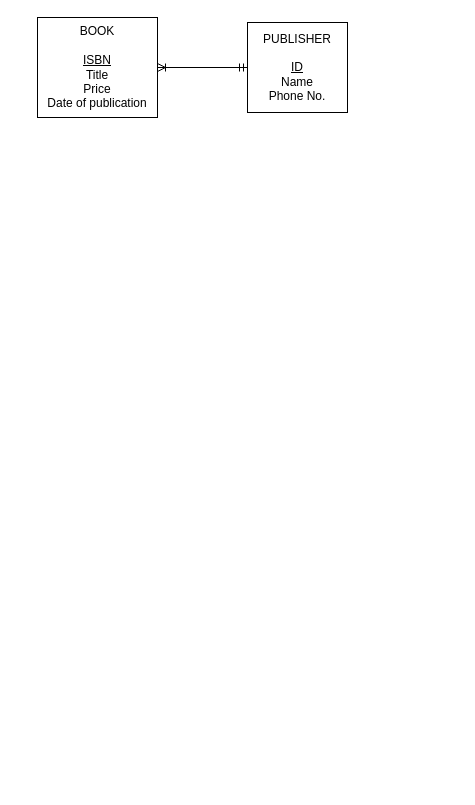
Earlier version of the draw.io diagram NumberOne.drawio (SamanZargarzadeh/ERD). Source tidied: cells renumbered, new cells numbered last; positions are measured from the earlier drawing's top-left corner, leaving out a move shared by most shapes. Both pictures are drawn from the tidied source at 100%, with x=0, y=0 at pixel (37, 17).
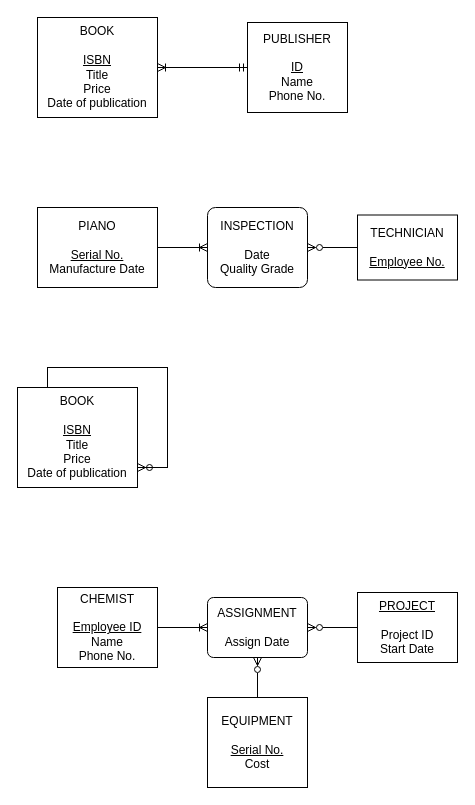
After the change.

Change to the diagram source:
```diff
@@
+    <mxCell id="5" style="edgeStyle=orthogonalEdgeStyle;rounded=0;jettySize=auto;html=1;entryX=0;entryY=0.5;entryDx=0;entryDy=0;endArrow=ERoneToMany;endFill=0;" parent="1" edge="1" source="6" target="9">
+      <mxGeometry relative="1" as="geometry" />
+    </mxCell>
+    <mxCell id="6" value="PIANO&lt;br&gt;&lt;br&gt;&lt;u&gt;Serial No.&lt;br&gt;&lt;/u&gt;Manufacture Date" style="whiteSpace=wrap;html=1;align=center;" parent="1" vertex="1">
+      <mxGeometry y="190" width="120" height="80" as="geometry" />
+    </mxCell>
+    <mxCell id="7" style="edgeStyle=orthogonalEdgeStyle;rounded=0;jettySize=auto;html=1;entryX=1;entryY=0.5;entryDx=0;entryDy=0;endArrow=ERzeroToMany;endFill=0;" parent="1" edge="1" source="8" target="9">
+      <mxGeometry relative="1" as="geometry" />
+    </mxCell>
+    <mxCell id="8" value="TECHNICIAN&lt;br&gt;&lt;br&gt;&lt;u&gt;Employee No.&lt;br&gt;&lt;/u&gt;" style="whiteSpace=wrap;html=1;align=center;" parent="1" vertex="1">
+      <mxGeometry x="320" y="197.5" width="100" height="65" as="geometry" />
+    </mxCell>
+    <mxCell id="9" value="INSPECTION&lt;br&gt;&lt;br&gt;Date&lt;br&gt;Quality Grade" style="rounded=1;arcSize=10;whiteSpace=wrap;html=1;align=center;" parent="1" vertex="1">
+      <mxGeometry x="170" y="190" width="100" height="80" as="geometry" />
+    </mxCell>
+    <mxCell id="10" style="whiteSpace=wrap;html=1;align=center;" parent="1" vertex="1">
+      <mxGeometry x="10" y="350" width="120" height="100" as="geometry" />
+    </mxCell>
+    <mxCell id="11" value="BOOK&lt;br&gt;&lt;br&gt;&lt;u&gt;ISBN&lt;br&gt;&lt;/u&gt;Title&lt;br&gt;Price&lt;br&gt;Date of publication" style="whiteSpace=wrap;html=1;align=center;" parent="1" vertex="1">
+      <mxGeometry x="-20" y="370" width="120" height="100" as="geometry" />
+    </mxCell>
+    <mxCell id="12" style="edgeStyle=entityRelationEdgeStyle;fontSize=12;html=1;endArrow=none;rounded=0;startArrow=ERzeroToMany;startFill=0;endFill=0;" parent="1" edge="1">
+      <mxGeometry relative="1" as="geometry">
+        <mxPoint x="100" y="450" as="sourcePoint" />
+        <mxPoint x="130" y="450" as="targetPoint" />
+      </mxGeometry>
+    </mxCell>
+    <mxCell id="13" style="edgeStyle=orthogonalEdgeStyle;rounded=0;jettySize=auto;html=1;endArrow=ERoneToMany;endFill=0;" parent="1" edge="1" source="14" target="19">
+      <mxGeometry relative="1" as="geometry" />
+    </mxCell>
+    <mxCell id="14" value="&lt;span style=&quot;text-align: start; background-color: initial;&quot;&gt;CHEMIST&lt;br&gt;&lt;/span&gt;&lt;span style=&quot;text-align: start; background-color: initial;&quot; class=&quot;Apple-converted-space&quot;&gt;&lt;br&gt;&lt;u&gt;Employee ID&lt;br&gt;&lt;/u&gt;Name&lt;br&gt;Phone No.&lt;br&gt;&lt;/span&gt;" style="whiteSpace=wrap;html=1;align=center;" parent="1" vertex="1">
+      <mxGeometry x="20" y="570" width="100" height="80" as="geometry" />
+    </mxCell>
+    <mxCell id="15" style="edgeStyle=orthogonalEdgeStyle;rounded=0;jettySize=auto;html=1;entryX=1;entryY=0.5;entryDx=0;entryDy=0;endArrow=ERzeroToMany;endFill=0;" parent="1" edge="1" source="16" target="19">
+      <mxGeometry relative="1" as="geometry" />
+    </mxCell>
+    <mxCell id="16" value="&lt;u&gt;PROJECT&lt;/u&gt;&lt;br&gt;&lt;br&gt;Project ID&lt;br&gt;Start Date" style="whiteSpace=wrap;html=1;align=center;" parent="1" vertex="1">
+      <mxGeometry x="320" y="575" width="100" height="70" as="geometry" />
+    </mxCell>
+    <mxCell id="17" style="edgeStyle=orthogonalEdgeStyle;rounded=0;jettySize=auto;html=1;entryX=0.5;entryY=1;entryDx=0;entryDy=0;endArrow=ERzeroToMany;endFill=0;" parent="1" edge="1" source="18" target="19">
+      <mxGeometry relative="1" as="geometry" />
+    </mxCell>
+    <mxCell id="18" value="&lt;span style=&quot;text-align: start; background-color: initial;&quot;&gt;EQUIPMENT&lt;br&gt;&lt;br&gt;&lt;u&gt;Serial No.&lt;br&gt;&lt;/u&gt;Cost&lt;br&gt;&lt;/span&gt;" style="whiteSpace=wrap;html=1;align=center;" parent="1" vertex="1">
+      <mxGeometry x="170" y="680" width="100" height="90" as="geometry" />
+    </mxCell>
+    <mxCell id="19" value="ASSIGNMENT&lt;br&gt;&lt;br&gt;Assign Date" style="rounded=1;arcSize=10;whiteSpace=wrap;html=1;align=center;" parent="1" vertex="1">
+      <mxGeometry x="170" y="580" width="100" height="60" as="geometry" />
+    </mxCell>
```
